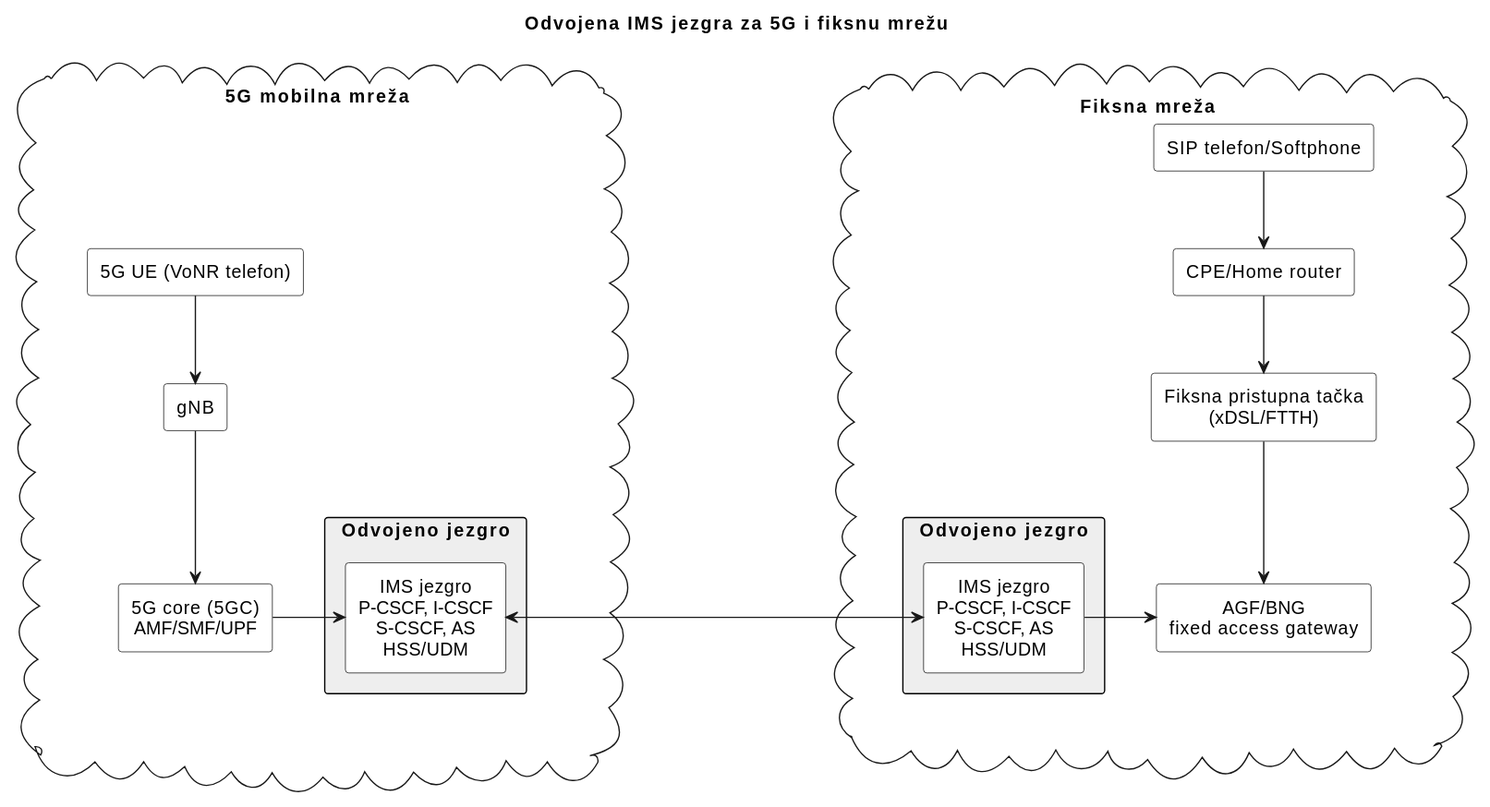
ZakiraZaza/SSMTK_FMC_VoNR_IMS_5G keeps this PlantUML diagram as assets/diagrams/plantuml/images/separate_ims_cores_for_5G_and_fixed_network.svg. Above is the earlier version.
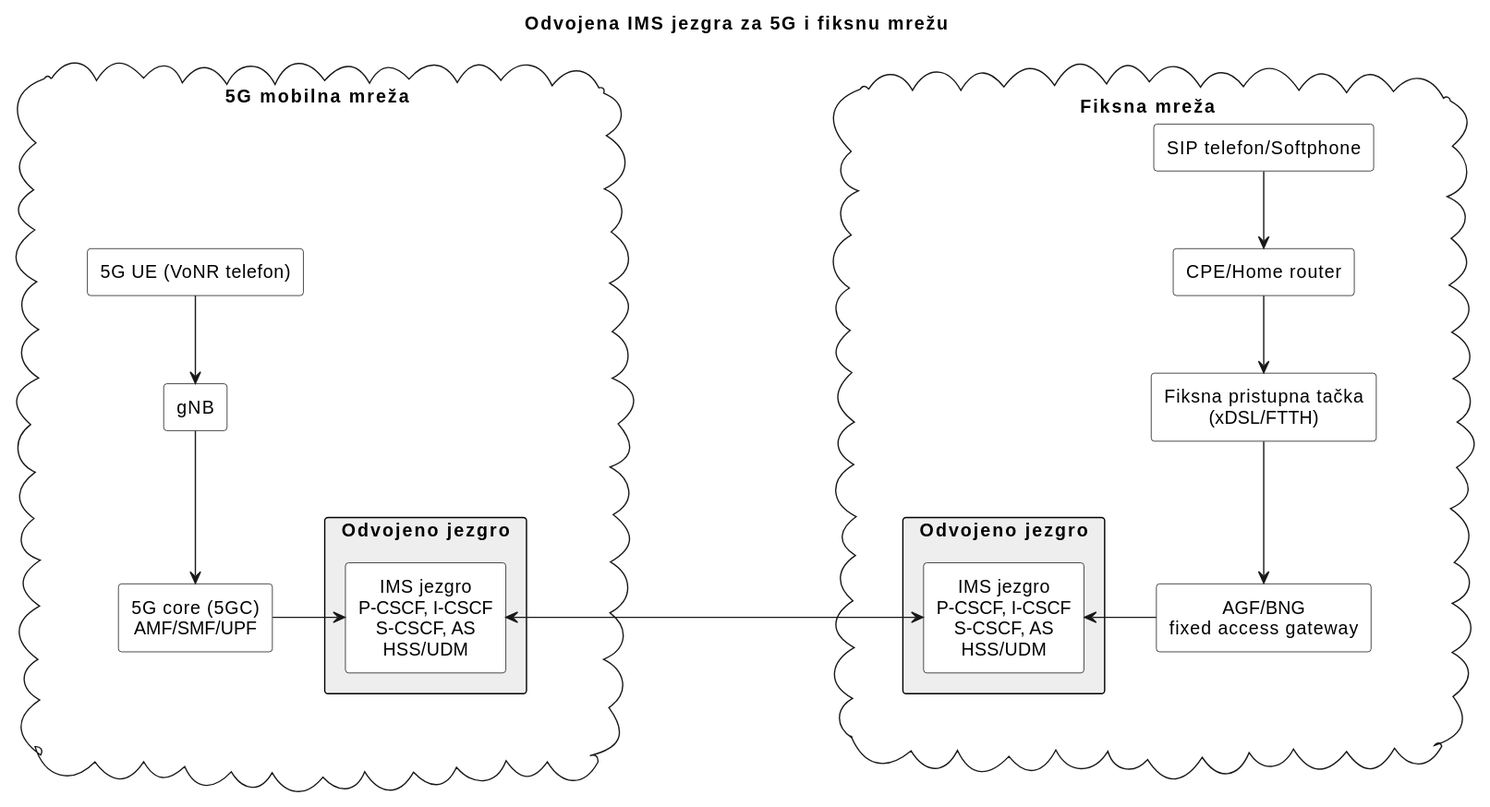
The same diagram one commit later.

Change to the diagram source:
```diff
@@ -64,7 +64,7 @@
 2 -down-> 3
 3 -right-> 4_1
 4_1 <-right-> 4_2
-4_2 -right-> 5
+4_2 <-right- 5
 5 <-up- 6
 6 <-up- 7
 7 <-up- 8
```
